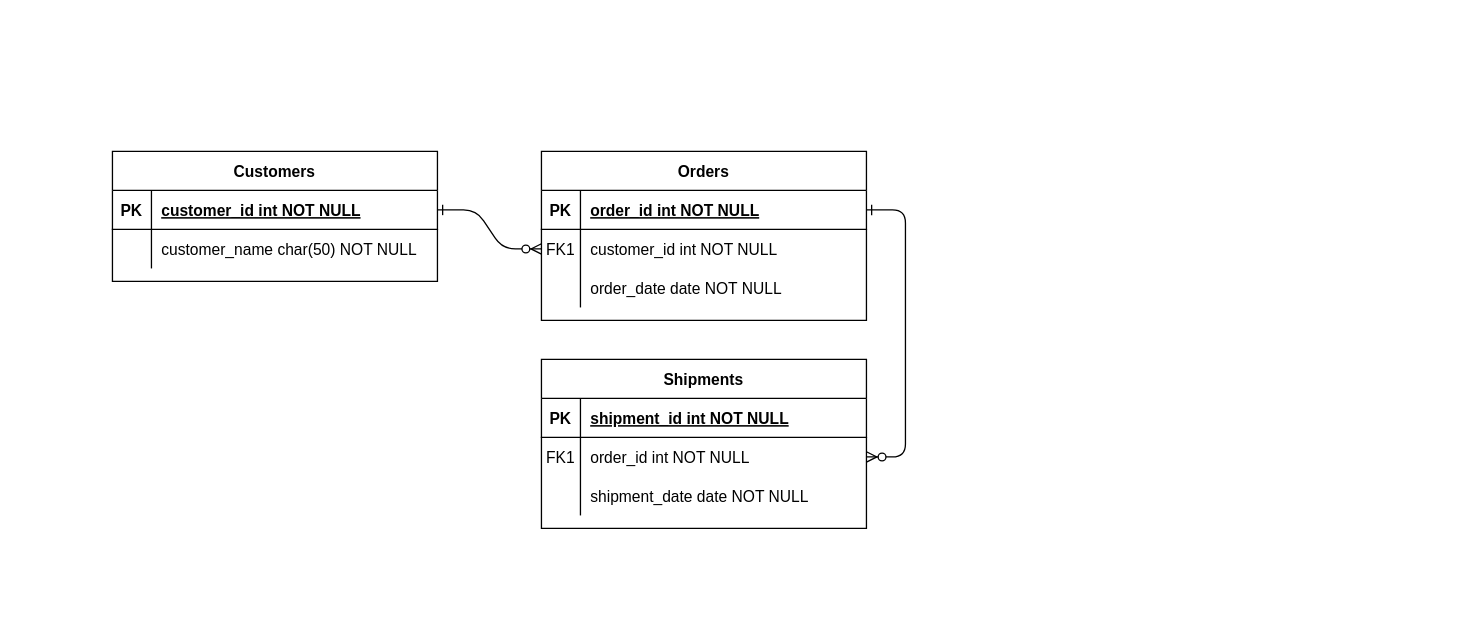
The draw.io diagram Untitled Diagram.drawio in USACE/chart-docs, before the edit. Source tidied: cells renumbered, new cells numbered last; positions are measured from the earlier drawing's top-left corner, leaving out a move shared by most shapes. Both pictures are drawn from the tidied source at 130%, with x=0, y=0 at pixel (112, 151).
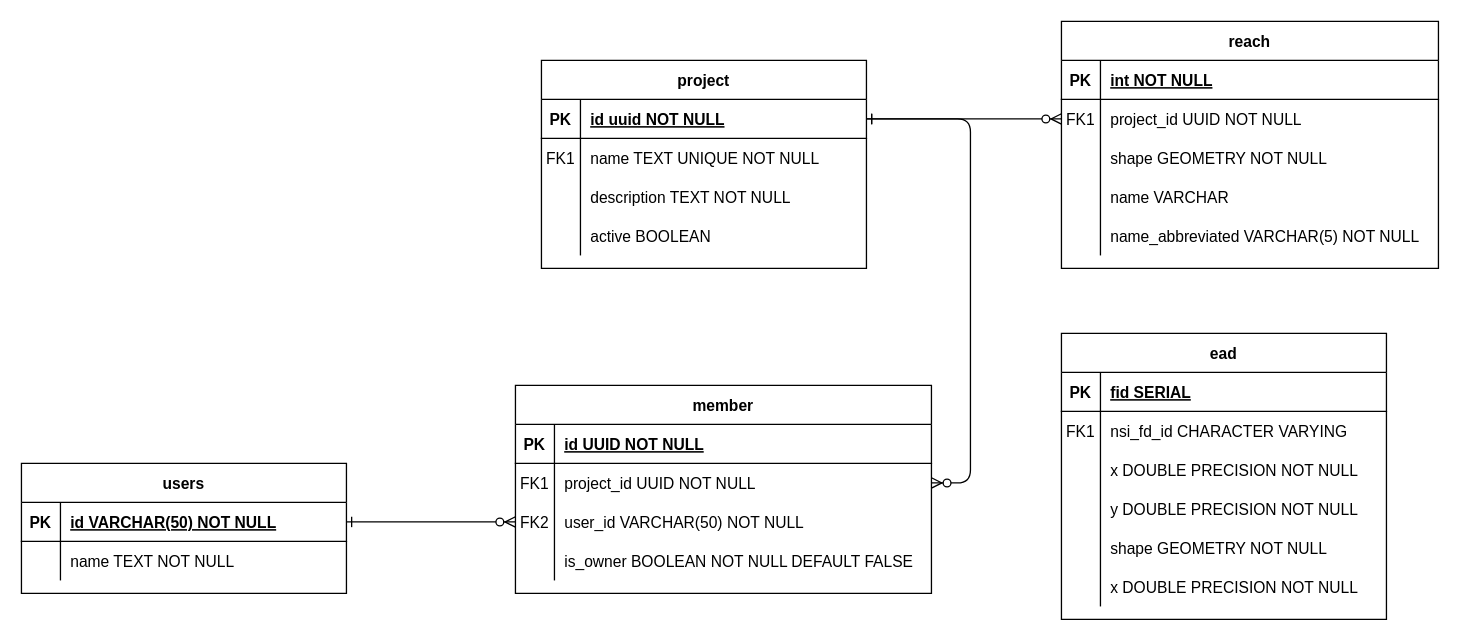
Above is the later version.

The change refers to these unchanged cells:
```xml
<mxCell id="5" style="shape=partialRectangle;fillColor=none;points=[[0,0.5],[1,0.5]];portConstraint=eastwest;top=0;left=0;right=0;bottom=1;" parent="4" vertex="1">
  <mxGeometry y="30" width="250" height="30" as="geometry" />
</mxCell>
<mxCell id="8" style="shape=partialRectangle;fillColor=none;points=[[0,0.5],[1,0.5]];portConstraint=eastwest;top=0;left=0;right=0;bottom=0;" parent="4" vertex="1">
  <mxGeometry y="60" width="250" height="30" as="geometry" />
</mxCell>
<mxCell id="11" style="shape=partialRectangle;fillColor=none;top=0;left=0;right=0;bottom=0;" parent="4" vertex="1">
  <mxGeometry y="90" width="250" height="30" as="geometry" />
</mxCell>
<mxCell id="25" style="shape=partialRectangle;fillColor=none;points=[[0,0.5],[1,0.5]];portConstraint=eastwest;top=0;left=0;right=0;bottom=1;" parent="24" vertex="1">
  <mxGeometry y="30" width="250" height="30" as="geometry" />
</mxCell>
<mxCell id="28" style="shape=partialRectangle;fillColor=none;top=0;left=0;right=0;bottom=0;" parent="24" vertex="1">
  <mxGeometry y="60" width="250" height="30" as="geometry" />
</mxCell>
```

Change to the diagram source:
```diff
@@
-    <mxCell id="2" style="edgeStyle=entityRelationEdgeStyle;endArrow=ERzeroToMany;startArrow=ERone;endFill=1;startFill=0;" parent="1" edge="1" source="25" target="8">
-      <mxGeometry relative="1" as="geometry" />
-    </mxCell>
-    <mxCell id="3" style="edgeStyle=entityRelationEdgeStyle;endArrow=ERzeroToMany;startArrow=ERone;endFill=1;startFill=0;" parent="1" edge="1" source="5" target="18">
-      <mxGeometry relative="1" as="geometry" />
+    <mxCell id="3" style="edgeStyle=entityRelationEdgeStyle;endArrow=ERzeroToMany;startArrow=ERone;endFill=1;startFill=0;entryX=0;entryY=0.5;entryDx=0;entryDy=0;" parent="1" edge="1" source="5" target="41">
+      <mxGeometry relative="1" as="geometry">
+        <Array as="points">
+          <mxPoint x="710" y="60" />
+        </Array>
+      </mxGeometry>
     </mxCell>
-    <mxCell id="4" value="Orders" style="shape=table;startSize=30;childLayout=tableLayout;rowLines=0;fontStyle=1;align=center;" parent="1" vertex="1">
-      <mxGeometry x="330" width="250" height="130" as="geometry" />
+    <mxCell id="4" value="project" style="shape=table;startSize=30;childLayout=tableLayout;rowLines=0;fontStyle=1;align=center;" parent="1" vertex="1">
+      <mxGeometry x="330" y="-70" width="250" height="160" as="geometry" />
     </mxCell>
@@
-    <mxCell id="7" value="order_id int NOT NULL " style="shape=partialRectangle;overflow=hidden;fillColor=none;top=0;left=0;bottom=0;right=0;align=left;spacingLeft=6;fontStyle=5;" parent="5" vertex="1">
+    <mxCell id="7" value="id uuid NOT NULL " style="shape=partialRectangle;overflow=hidden;fillColor=none;top=0;left=0;bottom=0;right=0;align=left;spacingLeft=6;fontStyle=5;" parent="5" vertex="1">
       <mxGeometry x="30" width="220" height="30" as="geometry" />
     </mxCell>
@@
-    <mxCell id="10" value="customer_id int NOT NULL" style="shape=partialRectangle;overflow=hidden;fillColor=none;top=0;left=0;bottom=0;right=0;align=left;spacingLeft=6;" parent="8" vertex="1">
+    <mxCell id="10" value="name TEXT UNIQUE NOT NULL" style="shape=partialRectangle;overflow=hidden;fillColor=none;top=0;left=0;bottom=0;right=0;align=left;spacingLeft=6;" parent="8" vertex="1">
       <mxGeometry x="30" width="220" height="30" as="geometry" />
     </mxCell>
@@
-    <mxCell id="13" value="order_date date NOT NULL" style="shape=partialRectangle;overflow=hidden;fillColor=none;top=0;left=0;bottom=0;right=0;align=left;spacingLeft=6;" parent="11" vertex="1">
+    <mxCell id="13" value="description TEXT NOT NULL" style="shape=partialRectangle;overflow=hidden;fillColor=none;top=0;left=0;bottom=0;right=0;align=left;spacingLeft=6;" parent="11" vertex="1">
       <mxGeometry x="30" width="220" height="30" as="geometry" />
     </mxCell>
+    <mxCell id="31" style="shape=partialRectangle;fillColor=none;top=0;left=0;right=0;bottom=0;" parent="4" vertex="1">
+      <mxGeometry y="120" width="250" height="30" as="geometry" />
+    </mxCell>
+    <mxCell id="32" style="shape=partialRectangle;overflow=hidden;fillColor=none;top=0;left=0;bottom=0;right=0;" parent="31" vertex="1">
+      <mxGeometry width="30" height="30" as="geometry" />
+    </mxCell>
+    <mxCell id="33" value="active BOOLEAN" style="shape=partialRectangle;overflow=hidden;fillColor=none;top=0;left=0;bottom=0;right=0;align=left;spacingLeft=6;" parent="31" vertex="1">
+      <mxGeometry x="30" width="220" height="30" as="geometry" />
+    </mxCell>
-    <mxCell id="14" value="Shipments" style="shape=table;startSize=30;childLayout=tableLayout;rowLines=0;fontStyle=1;align=center;" parent="1" vertex="1">
-      <mxGeometry x="330" y="160" width="250" height="130" as="geometry" />
+    <mxCell id="14" value="member" style="shape=table;startSize=30;childLayout=tableLayout;rowLines=0;fontStyle=1;align=center;" parent="1" vertex="1">
+      <mxGeometry x="310" y="180" width="320" height="160" as="geometry" />
     </mxCell>
     <mxCell id="15" style="shape=partialRectangle;fillColor=none;top=0;left=0;right=0;bottom=1;" parent="14" vertex="1">
-      <mxGeometry y="30" width="250" height="30" as="geometry" />
+      <mxGeometry y="30" width="320" height="30" as="geometry" />
     </mxCell>
@@
-    <mxCell id="17" value="shipment_id int NOT NULL " style="shape=partialRectangle;overflow=hidden;fillColor=none;top=0;left=0;bottom=0;right=0;align=left;spacingLeft=6;fontStyle=5;" parent="15" vertex="1">
-      <mxGeometry x="30" width="220" height="30" as="geometry" />
+    <mxCell id="17" value="id UUID NOT NULL " style="shape=partialRectangle;overflow=hidden;fillColor=none;top=0;left=0;bottom=0;right=0;align=left;spacingLeft=6;fontStyle=5;" parent="15" vertex="1">
+      <mxGeometry x="30" width="290" height="30" as="geometry" />
     </mxCell>
     <mxCell id="18" style="shape=partialRectangle;fillColor=none;points=[[0,0.5],[1,0.5]];portConstraint=eastwest;top=0;left=0;right=0;bottom=0;" parent="14" vertex="1">
-      <mxGeometry y="60" width="250" height="30" as="geometry" />
+      <mxGeometry y="60" width="320" height="30" as="geometry" />
     </mxCell>
@@
-    <mxCell id="20" value="order_id int NOT NULL" style="shape=partialRectangle;overflow=hidden;fillColor=none;top=0;left=0;bottom=0;right=0;align=left;spacingLeft=6;" parent="18" vertex="1">
-      <mxGeometry x="30" width="220" height="30" as="geometry" />
+    <mxCell id="20" value="project_id UUID NOT NULL" style="shape=partialRectangle;overflow=hidden;fillColor=none;top=0;left=0;bottom=0;right=0;align=left;spacingLeft=6;" parent="18" vertex="1">
+      <mxGeometry x="30" width="290" height="30" as="geometry" />
     </mxCell>
     <mxCell id="21" style="shape=partialRectangle;fillColor=none;points=[[0,0.5],[1,0.5]];portConstraint=eastwest;top=0;left=0;right=0;bottom=0;" parent="14" vertex="1">
-      <mxGeometry y="90" width="250" height="30" as="geometry" />
+      <mxGeometry y="90" width="320" height="30" as="geometry" />
     </mxCell>
-    <mxCell id="22" style="shape=partialRectangle;overflow=hidden;fillColor=none;top=0;left=0;bottom=0;right=0;" parent="21" vertex="1">
+    <mxCell id="22" value="FK2" style="shape=partialRectangle;overflow=hidden;fillColor=none;top=0;left=0;bottom=0;right=0;" parent="21" vertex="1">
       <mxGeometry width="30" height="30" as="geometry" />
     </mxCell>
-    <mxCell id="23" value="shipment_date date NOT NULL" style="shape=partialRectangle;overflow=hidden;fillColor=none;top=0;left=0;bottom=0;right=0;align=left;spacingLeft=6;" parent="21" vertex="1">
-      <mxGeometry x="30" width="220" height="30" as="geometry" />
+    <mxCell id="23" value="user_id VARCHAR(50) NOT NULL" style="shape=partialRectangle;overflow=hidden;fillColor=none;top=0;left=0;bottom=0;right=0;align=left;spacingLeft=6;" parent="21" vertex="1">
+      <mxGeometry x="30" width="290" height="30" as="geometry" />
     </mxCell>
+    <mxCell id="34" style="shape=partialRectangle;fillColor=none;top=0;left=0;right=0;bottom=0;" parent="14" vertex="1">
+      <mxGeometry y="120" width="320" height="30" as="geometry" />
+    </mxCell>
+    <mxCell id="35" style="shape=partialRectangle;overflow=hidden;fillColor=none;top=0;left=0;bottom=0;right=0;" parent="34" vertex="1">
+      <mxGeometry width="30" height="30" as="geometry" />
+    </mxCell>
+    <mxCell id="36" value="is_owner BOOLEAN NOT NULL DEFAULT FALSE" style="shape=partialRectangle;overflow=hidden;fillColor=none;top=0;left=0;bottom=0;right=0;align=left;spacingLeft=6;" parent="34" vertex="1">
+      <mxGeometry x="30" width="290" height="30" as="geometry" />
+    </mxCell>
-    <mxCell id="24" value="Customers" style="shape=table;startSize=30;childLayout=tableLayout;rowLines=0;fontStyle=1;align=center;" parent="1" vertex="1">
-      <mxGeometry width="250" height="100" as="geometry" />
+    <mxCell id="24" value="users" style="shape=table;startSize=30;childLayout=tableLayout;rowLines=0;fontStyle=1;align=center;" parent="1" vertex="1">
+      <mxGeometry x="-70" y="240" width="250" height="100" as="geometry" />
     </mxCell>
@@
-    <mxCell id="27" value="customer_id int NOT NULL " style="shape=partialRectangle;overflow=hidden;fillColor=none;top=0;left=0;bottom=0;right=0;align=left;spacingLeft=6;fontStyle=5;" parent="25" vertex="1">
+    <mxCell id="27" value="id VARCHAR(50) NOT NULL " style="shape=partialRectangle;overflow=hidden;fillColor=none;top=0;left=0;bottom=0;right=0;align=left;spacingLeft=6;fontStyle=5;" parent="25" vertex="1">
       <mxGeometry x="30" width="220" height="30" as="geometry" />
     </mxCell>
@@
-    <mxCell id="30" value="customer_name char(50) NOT NULL" style="shape=partialRectangle;overflow=hidden;fillColor=none;top=0;left=0;bottom=0;right=0;align=left;spacingLeft=6;" parent="28" vertex="1">
+    <mxCell id="30" value="name TEXT NOT NULL" style="shape=partialRectangle;overflow=hidden;fillColor=none;top=0;left=0;bottom=0;right=0;align=left;spacingLeft=6;" parent="28" vertex="1">
       <mxGeometry x="30" width="220" height="30" as="geometry" />
     </mxCell>
+    <mxCell id="37" value="reach" style="shape=table;startSize=30;childLayout=tableLayout;rowLines=0;fontStyle=1;align=center;" parent="1" vertex="1">
+      <mxGeometry x="730" y="-100" width="290" height="190" as="geometry" />
+    </mxCell>
+    <mxCell id="38" style="shape=partialRectangle;fillColor=none;top=0;left=0;right=0;bottom=1;" parent="37" vertex="1">
+      <mxGeometry y="30" width="290" height="30" as="geometry" />
+    </mxCell>
+    <mxCell id="39" value="PK" style="shape=partialRectangle;overflow=hidden;fillColor=none;top=0;left=0;bottom=0;right=0;fontStyle=1;" parent="38" vertex="1">
+      <mxGeometry width="30" height="30" as="geometry" />
+    </mxCell>
+    <mxCell id="40" value="int NOT NULL " style="shape=partialRectangle;overflow=hidden;fillColor=none;top=0;left=0;bottom=0;right=0;align=left;spacingLeft=6;fontStyle=5;" parent="38" vertex="1">
+      <mxGeometry x="30" width="260" height="30" as="geometry" />
+    </mxCell>
+    <mxCell id="41" style="shape=partialRectangle;fillColor=none;points=[[0,0.5],[1,0.5]];portConstraint=eastwest;top=0;left=0;right=0;bottom=0;" parent="37" vertex="1">
+      <mxGeometry y="60" width="290" height="30" as="geometry" />
+    </mxCell>
+    <mxCell id="42" value="FK1" style="shape=partialRectangle;overflow=hidden;fillColor=none;top=0;left=0;bottom=0;right=0;" parent="41" vertex="1">
+      <mxGeometry width="30" height="30" as="geometry" />
+    </mxCell>
+    <mxCell id="43" value="project_id UUID NOT NULL" style="shape=partialRectangle;overflow=hidden;fillColor=none;top=0;left=0;bottom=0;right=0;align=left;spacingLeft=6;" parent="41" vertex="1">
+      <mxGeometry x="30" width="260" height="30" as="geometry" />
+    </mxCell>
+    <mxCell id="44" style="shape=partialRectangle;fillColor=none;top=0;left=0;right=0;bottom=0;" parent="37" vertex="1">
+      <mxGeometry y="90" width="290" height="30" as="geometry" />
+    </mxCell>
+    <mxCell id="45" style="shape=partialRectangle;overflow=hidden;fillColor=none;top=0;left=0;bottom=0;right=0;" parent="44" vertex="1">
+      <mxGeometry width="30" height="30" as="geometry" />
+    </mxCell>
+    <mxCell id="46" value="shape GEOMETRY NOT NULL" style="shape=partialRectangle;overflow=hidden;fillColor=none;top=0;left=0;bottom=0;right=0;align=left;spacingLeft=6;" parent="44" vertex="1">
+      <mxGeometry x="30" width="260" height="30" as="geometry" />
+    </mxCell>
+    <mxCell id="47" style="shape=partialRectangle;fillColor=none;top=0;left=0;right=0;bottom=0;" parent="37" vertex="1">
+      <mxGeometry y="120" width="290" height="30" as="geometry" />
+    </mxCell>
+    <mxCell id="48" style="shape=partialRectangle;overflow=hidden;fillColor=none;top=0;left=0;bottom=0;right=0;" parent="47" vertex="1">
+      <mxGeometry width="30" height="30" as="geometry" />
+    </mxCell>
+    <mxCell id="49" value="name VARCHAR" style="shape=partialRectangle;overflow=hidden;fillColor=none;top=0;left=0;bottom=0;right=0;align=left;spacingLeft=6;" parent="47" vertex="1">
+      <mxGeometry x="30" width="260" height="30" as="geometry" />
+    </mxCell>
+    <mxCell id="50" style="shape=partialRectangle;fillColor=none;top=0;left=0;right=0;bottom=0;" parent="37" vertex="1">
+      <mxGeometry y="150" width="290" height="30" as="geometry" />
+    </mxCell>
+    <mxCell id="51" style="shape=partialRectangle;overflow=hidden;fillColor=none;top=0;left=0;bottom=0;right=0;" parent="50" vertex="1">
+      <mxGeometry width="30" height="30" as="geometry" />
+    </mxCell>
+    <mxCell id="52" value="name_abbreviated VARCHAR(5) NOT NULL" style="shape=partialRectangle;overflow=hidden;fillColor=none;top=0;left=0;bottom=0;right=0;align=left;spacingLeft=6;" parent="50" vertex="1">
+      <mxGeometry x="30" width="260" height="30" as="geometry" />
+    </mxCell>
+    <mxCell id="53" value="ead" style="shape=table;startSize=30;childLayout=tableLayout;rowLines=0;fontStyle=1;align=center;" parent="1" vertex="1">
+      <mxGeometry x="730" y="140" width="250" height="220" as="geometry" />
+    </mxCell>
+    <mxCell id="54" style="shape=partialRectangle;fillColor=none;top=0;left=0;right=0;bottom=1;" parent="53" vertex="1">
+      <mxGeometry y="30" width="250" height="30" as="geometry" />
+    </mxCell>
+    <mxCell id="55" value="PK" style="shape=partialRectangle;overflow=hidden;fillColor=none;top=0;left=0;bottom=0;right=0;fontStyle=1;" parent="54" vertex="1">
+      <mxGeometry width="30" height="30" as="geometry" />
+    </mxCell>
+    <mxCell id="56" value="fid SERIAL" style="shape=partialRectangle;overflow=hidden;fillColor=none;top=0;left=0;bottom=0;right=0;align=left;spacingLeft=6;fontStyle=5;" parent="54" vertex="1">
+      <mxGeometry x="30" width="220" height="30" as="geometry" />
+    </mxCell>
+    <mxCell id="57" style="shape=partialRectangle;fillColor=none;top=0;left=0;right=0;bottom=0;" parent="53" vertex="1">
+      <mxGeometry y="60" width="250" height="30" as="geometry" />
+    </mxCell>
+    <mxCell id="58" value="FK1" style="shape=partialRectangle;overflow=hidden;fillColor=none;top=0;left=0;bottom=0;right=0;" parent="57" vertex="1">
+      <mxGeometry width="30" height="30" as="geometry" />
+    </mxCell>
+    <mxCell id="59" value="nsi_fd_id CHARACTER VARYING" style="shape=partialRectangle;overflow=hidden;fillColor=none;top=0;left=0;bottom=0;right=0;align=left;spacingLeft=6;" parent="57" vertex="1">
+      <mxGeometry x="30" width="220" height="30" as="geometry" />
+    </mxCell>
+    <mxCell id="60" style="shape=partialRectangle;fillColor=none;top=0;left=0;right=0;bottom=0;" parent="53" vertex="1">
+      <mxGeometry y="90" width="250" height="30" as="geometry" />
+    </mxCell>
+    <mxCell id="61" style="shape=partialRectangle;overflow=hidden;fillColor=none;top=0;left=0;bottom=0;right=0;" parent="60" vertex="1">
+      <mxGeometry width="30" height="30" as="geometry" />
+    </mxCell>
+    <mxCell id="62" value="x DOUBLE PRECISION NOT NULL" style="shape=partialRectangle;overflow=hidden;fillColor=none;top=0;left=0;bottom=0;right=0;align=left;spacingLeft=6;" parent="60" vertex="1">
+      <mxGeometry x="30" width="220" height="30" as="geometry" />
+    </mxCell>
+    <mxCell id="63" style="shape=partialRectangle;fillColor=none;top=0;left=0;right=0;bottom=0;" parent="53" vertex="1">
+      <mxGeometry y="120" width="250" height="30" as="geometry" />
+    </mxCell>
+    <mxCell id="64" style="shape=partialRectangle;overflow=hidden;fillColor=none;top=0;left=0;bottom=0;right=0;" parent="63" vertex="1">
+      <mxGeometry width="30" height="30" as="geometry" />
+    </mxCell>
+    <mxCell id="65" value="y DOUBLE PRECISION NOT NULL" style="shape=partialRectangle;overflow=hidden;fillColor=none;top=0;left=0;bottom=0;right=0;align=left;spacingLeft=6;" parent="63" vertex="1">
+      <mxGeometry x="30" width="220" height="30" as="geometry" />
+    </mxCell>
+    <mxCell id="66" style="shape=partialRectangle;fillColor=none;top=0;left=0;right=0;bottom=0;" parent="53" vertex="1">
+      <mxGeometry y="150" width="250" height="30" as="geometry" />
+    </mxCell>
+    <mxCell id="67" style="shape=partialRectangle;overflow=hidden;fillColor=none;top=0;left=0;bottom=0;right=0;" parent="66" vertex="1">
+      <mxGeometry width="30" height="30" as="geometry" />
+    </mxCell>
+    <mxCell id="68" value="shape GEOMETRY NOT NULL" style="shape=partialRectangle;overflow=hidden;fillColor=none;top=0;left=0;bottom=0;right=0;align=left;spacingLeft=6;" parent="66" vertex="1">
+      <mxGeometry x="30" width="220" height="30" as="geometry" />
+    </mxCell>
+    <mxCell id="69" style="shape=partialRectangle;fillColor=none;top=0;left=0;right=0;bottom=0;" parent="53" vertex="1">
+      <mxGeometry y="180" width="250" height="30" as="geometry" />
+    </mxCell>
+    <mxCell id="70" style="shape=partialRectangle;overflow=hidden;fillColor=none;top=0;left=0;bottom=0;right=0;" parent="69" vertex="1">
+      <mxGeometry width="30" height="30" as="geometry" />
+    </mxCell>
+    <mxCell id="71" value="x DOUBLE PRECISION NOT NULL" style="shape=partialRectangle;overflow=hidden;fillColor=none;top=0;left=0;bottom=0;right=0;align=left;spacingLeft=6;" parent="69" vertex="1">
+      <mxGeometry x="30" width="220" height="30" as="geometry" />
+    </mxCell>
+    <mxCell id="72" style="edgeStyle=entityRelationEdgeStyle;endArrow=ERzeroToMany;startArrow=ERone;endFill=1;startFill=0;exitX=1;exitY=0.5;exitDx=0;exitDy=0;" parent="1" edge="1" source="5" target="18">
+      <mxGeometry relative="1" as="geometry">
+        <Array as="points">
+          <mxPoint x="720" y="70" />
+          <mxPoint x="540" y="170" />
+        </Array>
+      </mxGeometry>
+    </mxCell>
+    <mxCell id="73" style="edgeStyle=entityRelationEdgeStyle;endArrow=ERzeroToMany;startArrow=ERone;endFill=1;startFill=0;entryX=0;entryY=0.5;entryDx=0;entryDy=0;exitX=1;exitY=0.5;exitDx=0;exitDy=0;" parent="1" edge="1" source="25" target="21">
+      <mxGeometry relative="1" as="geometry" />
+    </mxCell>
```
